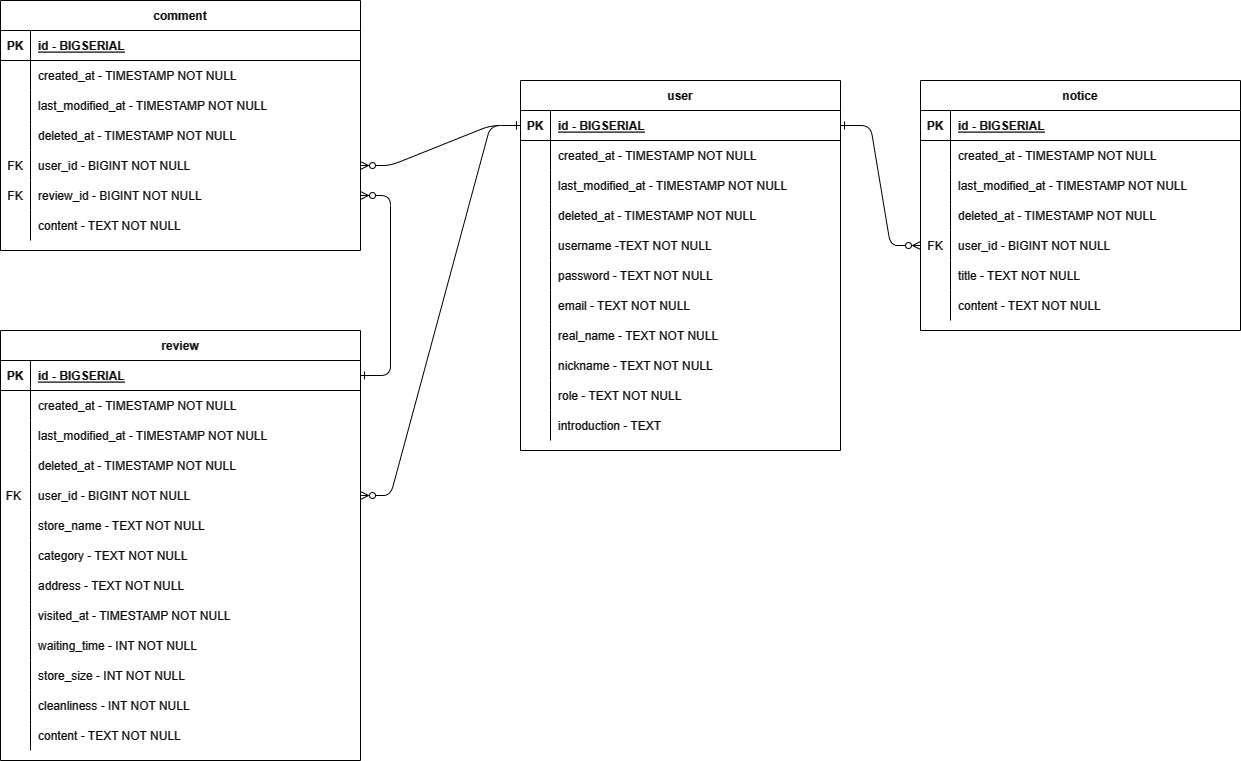
This is documents/erd-v1.png from rugii913/b3backoffice, a draw.io export, as it was before one commit. Source tidied: cells renumbered, new cells last; positions are measured from the earlier drawing's top-left corner, leaving out a move shared by most shapes.
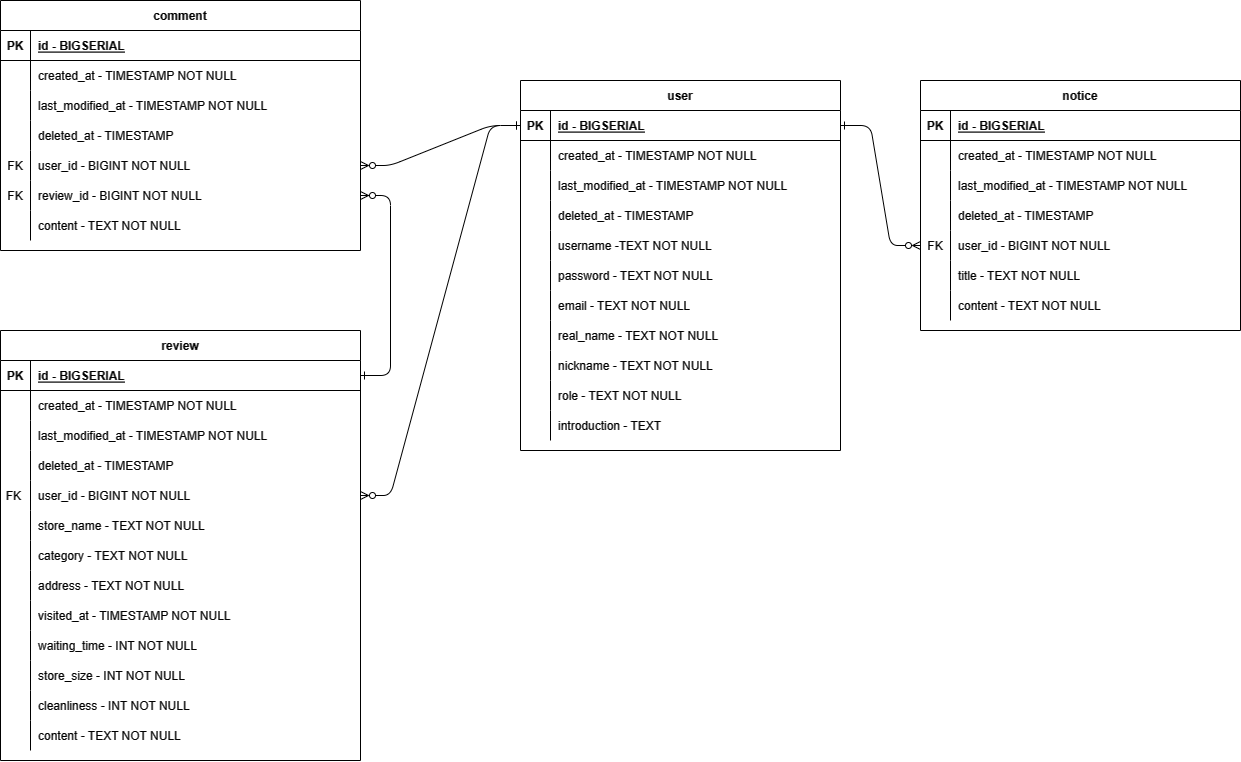
The same diagram one commit later.

Commit message:
ERD에서 각 엔티티의 deleted_at이 NOT NULL로 되어 있는 오류 수정

ERD에서 각 엔티티의 deleted_at이 NOT NULL로 되어 있는 오류 수정
- Kotlin 코드에서는 nullable 타입으로 잘 지정되어있으므로 ERD만 수정

What changed in the source:
```diff
@@ -48,7 +48,7 @@
     <mxCell id="14" style="shape=partialRectangle;overflow=hidden;fillColor=none;top=0;left=0;bottom=0;right=0;" parent="13" vertex="1">
       <mxGeometry width="30" height="30" as="geometry" />
     </mxCell>
-    <mxCell id="15" value="deleted_at - TIMESTAMP NOT NULL" style="shape=partialRectangle;overflow=hidden;fillColor=none;top=0;left=0;bottom=0;right=0;align=left;spacingLeft=6;" parent="13" vertex="1">
+    <mxCell id="15" value="deleted_at - TIMESTAMP" style="shape=partialRectangle;overflow=hidden;fillColor=none;top=0;left=0;bottom=0;right=0;align=left;spacingLeft=6;" parent="13" vertex="1">
       <mxGeometry x="30" width="330" height="30" as="geometry" />
     </mxCell>
     <mxCell id="16" style="shape=partialRectangle;fillColor=none;points=[[0,0.5],[1,0.5]];portConstraint=eastwest;top=0;left=0;right=0;bottom=0;" parent="3" vertex="1">
@@ -114,7 +114,7 @@
     <mxCell id="36" style="shape=partialRectangle;overflow=hidden;fillColor=none;top=0;left=0;bottom=0;right=0;" parent="35" vertex="1">
       <mxGeometry width="30" height="30" as="geometry" />
     </mxCell>
-    <mxCell id="37" value="deleted_at - TIMESTAMP NOT NULL" style="shape=partialRectangle;overflow=hidden;fillColor=none;top=0;left=0;bottom=0;right=0;align=left;spacingLeft=6;" parent="35" vertex="1">
+    <mxCell id="37" value="deleted_at - TIMESTAMP" style="shape=partialRectangle;overflow=hidden;fillColor=none;top=0;left=0;bottom=0;right=0;align=left;spacingLeft=6;" parent="35" vertex="1">
       <mxGeometry x="30" width="330" height="30" as="geometry" />
     </mxCell>
     <mxCell id="38" style="shape=partialRectangle;fillColor=none;points=[[0,0.5],[1,0.5]];portConstraint=eastwest;top=0;left=0;right=0;bottom=0;" parent="25" vertex="1">
@@ -234,7 +234,7 @@
     <mxCell id="76" style="shape=partialRectangle;overflow=hidden;fillColor=none;top=0;left=0;bottom=0;right=0;" parent="75" vertex="1">
       <mxGeometry width="30" height="30" as="geometry" />
     </mxCell>
-    <mxCell id="77" value="deleted_at - TIMESTAMP NOT NULL" style="shape=partialRectangle;overflow=hidden;fillColor=none;top=0;left=0;bottom=0;right=0;align=left;spacingLeft=6;" parent="75" vertex="1">
+    <mxCell id="77" value="deleted_at - TIMESTAMP" style="shape=partialRectangle;overflow=hidden;fillColor=none;top=0;left=0;bottom=0;right=0;align=left;spacingLeft=6;" parent="75" vertex="1">
       <mxGeometry x="30" width="290" height="30" as="geometry" />
     </mxCell>
     <mxCell id="78" style="shape=partialRectangle;fillColor=none;points=[[0,0.5],[1,0.5]];portConstraint=eastwest;top=0;left=0;right=0;bottom=0;" parent="65" vertex="1">
@@ -300,7 +300,7 @@
     <mxCell id="98" style="shape=partialRectangle;overflow=hidden;fillColor=none;top=0;left=0;bottom=0;right=0;" parent="97" vertex="1">
       <mxGeometry width="30" height="30" as="geometry" />
     </mxCell>
-    <mxCell id="99" value="deleted_at - TIMESTAMP NOT NULL" style="shape=partialRectangle;overflow=hidden;fillColor=none;top=0;left=0;bottom=0;right=0;align=left;spacingLeft=6;" parent="97" vertex="1">
+    <mxCell id="99" value="deleted_at - TIMESTAMP" style="shape=partialRectangle;overflow=hidden;fillColor=none;top=0;left=0;bottom=0;right=0;align=left;spacingLeft=6;" parent="97" vertex="1">
       <mxGeometry x="30" width="290" height="30" as="geometry" />
     </mxCell>
     <mxCell id="100" style="shape=partialRectangle;fillColor=none;top=0;left=0;right=0;bottom=0;" parent="87" vertex="1">
```
